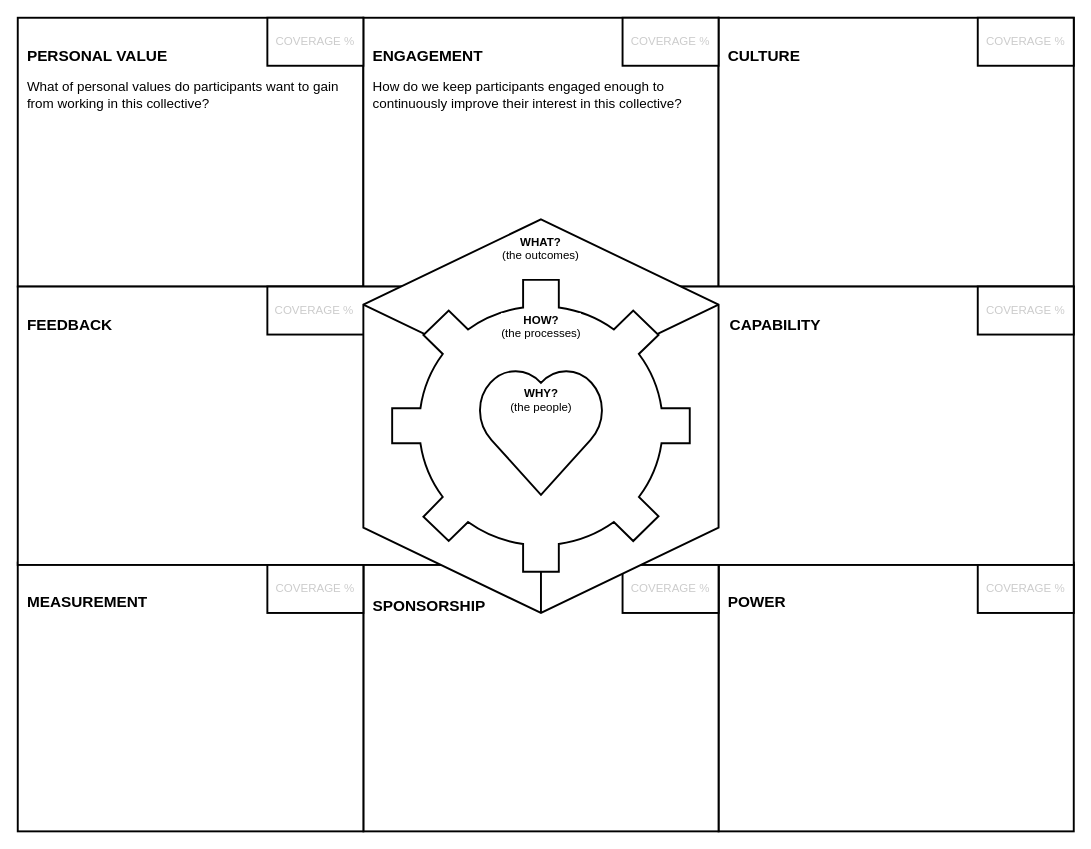
Earlier version of the draw.io diagram collective-action-canvas.drawio (rquast/collective-action-canvas). Source tidied: cells renumbered, new cells numbered last; positions are measured from the earlier drawing's top-left corner, leaving out a move shared by most shapes. Both pictures are drawn from the tidied source at 96%, with x=0, y=0 at pixel (17, 17).
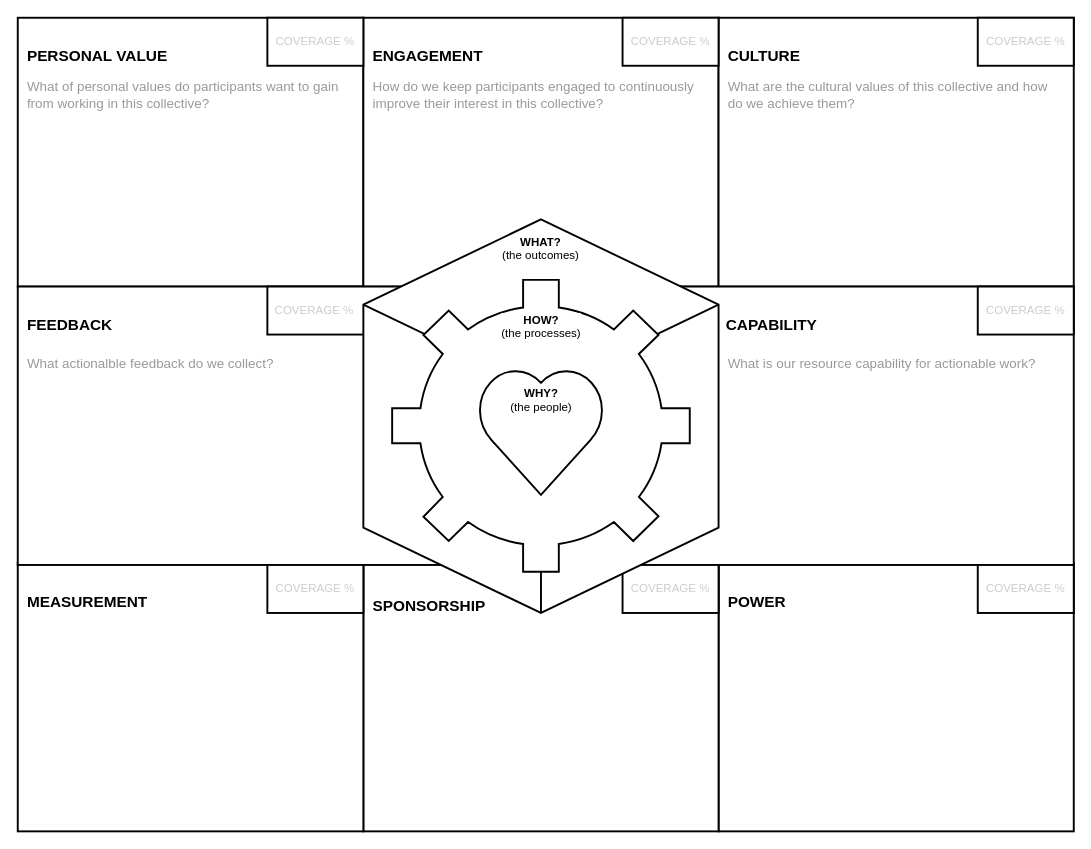
The same page after the edit.

The edit, as a diff of the source:
```diff
@@
-    <mxCell id="9" value="&lt;p style=&quot;line-height: 220%&quot;&gt;CAPABILITY&lt;/p&gt;" style="rounded=0;whiteSpace=wrap;html=1;verticalAlign=top;align=left;fontSize=16;fontStyle=1;spacingLeft=90;spacingTop=0;strokeWidth=2;" parent="1" vertex="1">
+    <mxCell id="9" value="&lt;p style=&quot;line-height: 220%&quot;&gt;CAPABILITY&lt;/p&gt;" style="rounded=0;whiteSpace=wrap;html=1;verticalAlign=top;align=left;fontSize=16;fontStyle=1;spacingLeft=86;spacingTop=0;strokeWidth=2;" parent="1" vertex="1">
       <mxGeometry x="650" y="280" width="450" height="290" as="geometry" />
     </mxCell>
@@
-    <mxCell id="21" value="What of personal values do participants want to gain from working in this collective?" style="text;html=1;strokeColor=none;fillColor=none;align=left;verticalAlign=middle;whiteSpace=wrap;rounded=0;fontSize=14;fontColor=#000000;spacingLeft=8;" parent="1" vertex="1">
+    <mxCell id="21" value="What of personal values do participants want to gain from working in this collective?" style="text;html=1;strokeColor=none;fillColor=none;align=left;verticalAlign=middle;whiteSpace=wrap;rounded=0;fontSize=14;fontColor=#999999;spacingLeft=8;" parent="1" vertex="1">
       <mxGeometry y="60" width="350" height="40" as="geometry" />
     </mxCell>
-    <mxCell id="22" value="How do we keep participants engaged enough to continuously improve their interest in this collective?" style="text;html=1;strokeColor=none;fillColor=none;align=left;verticalAlign=middle;whiteSpace=wrap;rounded=0;fontSize=14;fontColor=#000000;spacingLeft=8;" parent="1" vertex="1">
+    <mxCell id="22" value="How do we keep participants engaged to continuously improve their interest in this collective?" style="text;html=1;strokeColor=none;fillColor=none;align=left;verticalAlign=middle;whiteSpace=wrap;rounded=0;fontSize=14;fontColor=#999999;spacingLeft=8;" parent="1" vertex="1">
       <mxGeometry x="360" y="60" width="370" height="40" as="geometry" />
     </mxCell>
+    <mxCell id="23" value="What are the cultural values of this collective and how do we achieve them?" style="text;html=1;strokeColor=none;fillColor=none;align=left;verticalAlign=middle;whiteSpace=wrap;rounded=0;fontSize=14;fontColor=#999999;spacingLeft=8;" parent="1" vertex="1">
+      <mxGeometry x="730" y="60" width="360" height="40" as="geometry" />
+    </mxCell>
+    <mxCell id="24" value="What actionalble feedback do we collect?" style="text;html=1;strokeColor=none;fillColor=none;align=left;verticalAlign=middle;whiteSpace=wrap;rounded=0;fontSize=14;fontColor=#999999;spacingLeft=8;" parent="1" vertex="1">
+      <mxGeometry y="340" width="340" height="40" as="geometry" />
+    </mxCell>
+    <mxCell id="25" value="What is our resource capability for actionable work?" style="text;html=1;strokeColor=none;fillColor=none;align=left;verticalAlign=middle;whiteSpace=wrap;rounded=0;fontSize=14;fontColor=#999999;spacingLeft=8;" parent="1" vertex="1">
+      <mxGeometry x="730" y="340" width="370" height="40" as="geometry" />
+    </mxCell>
```
